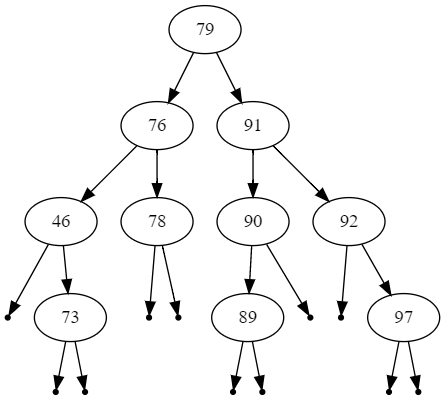
Before: examples/10_balanced.png, a diagram exported from Graphviz (jnguyen1098/Tree-to-DOT). Its source is kept beside it as examples/10_balanced.dot.
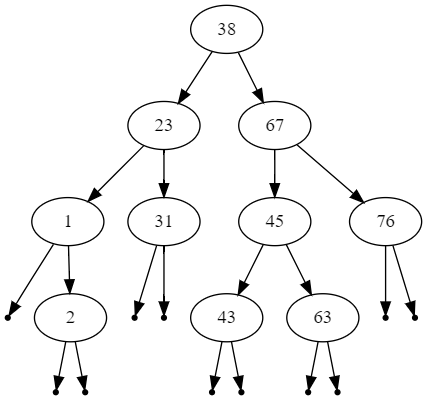
Above is the later version.

Diff of the diagram source:
```diff
@@ -1,34 +1,34 @@
 digraph G {
 	graph [ordering="out"];
-	"79" -> "76"
-	"79" -> "91"
-	"76" -> "46"
-	"76" -> "78"
+	"38" -> "23"
+	"38" -> "67"
+	"23" -> "1"
+	"23" -> "31"
 	null0 [shape="point"]
-	"46" -> null0
-	"46" -> "73"
+	"1" -> null0
+	"1" -> "2"
 	null1 [shape="point"]
-	"73" -> null1
+	"2" -> null1
 	null2 [shape="point"]
-	"73" -> null2
+	"2" -> null2
 	null3 [shape="point"]
-	"78" -> null3
+	"31" -> null3
 	null4 [shape="point"]
-	"78" -> null4
-	"91" -> "90"
-	"91" -> "92"
-	"90" -> "89"
+	"31" -> null4
+	"67" -> "45"
+	"67" -> "76"
+	"45" -> "43"
+	"45" -> "63"
 	null5 [shape="point"]
-	"90" -> null5
+	"43" -> null5
 	null6 [shape="point"]
-	"89" -> null6
+	"43" -> null6
 	null7 [shape="point"]
-	"89" -> null7
+	"63" -> null7
 	null8 [shape="point"]
-	"92" -> null8
-	"92" -> "97"
+	"63" -> null8
 	null9 [shape="point"]
-	"97" -> null9
+	"76" -> null9
 	null10 [shape="point"]
-	"97" -> null10
+	"76" -> null10
 }
```
